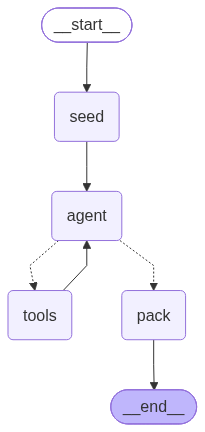
This is dong/graph.png from TienDungwork/agent-harness, a Mermaid export, as it was before one commit. Its source is kept beside it as dong/graph.mmd.
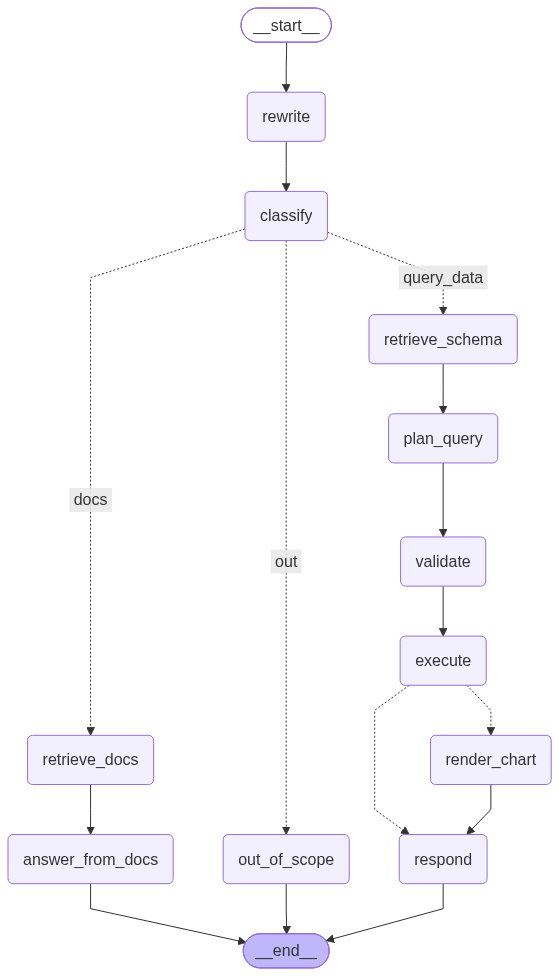
Above is the later version.

Diff of the diagram source:
```diff
@@ -18,20 +18,20 @@
 	out_of_scope(out_of_scope)
 	__end__([<p>__end__</p>]):::last
 	__start__ --> rewrite;
-	rewrite --> classify;
-	classify -.-> retrieve_schema;
-	classify -.-> retrieve_docs;
-	classify -.-> out_of_scope;
-	retrieve_schema --> plan_query;
-	plan_query --> validate;
-	validate --> execute;
+	classify -. &nbsp;out&nbsp; .-> out_of_scope;
+	classify -. &nbsp;docs&nbsp; .-> retrieve_docs;
+	classify -. &nbsp;query_data&nbsp; .-> retrieve_schema;
 	execute -.-> render_chart;
 	execute -.-> respond;
+	plan_query --> validate;
 	render_chart --> respond;
-	respond --> __end__;
 	retrieve_docs --> answer_from_docs;
+	retrieve_schema --> plan_query;
+	rewrite --> classify;
+	validate --> execute;
 	answer_from_docs --> __end__;
 	out_of_scope --> __end__;
+	respond --> __end__;
 	classDef default fill:#f2f0ff,line-height:1.2
 	classDef first fill-opacity:0
 	classDef last fill:#bfb6fc
```
